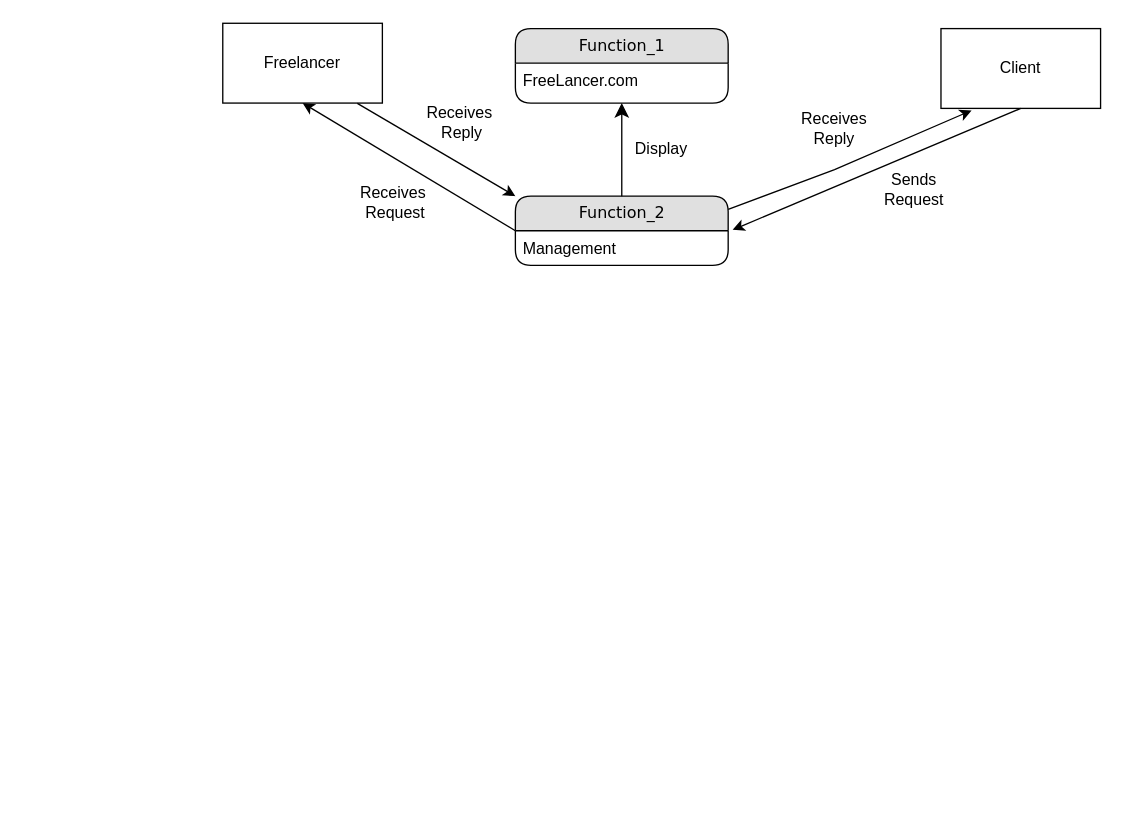
Above: Untitled Diagram.drawio in AgrawalTitiksha/Software-Engineering (draw.io), before the change. Source tidied: cells renumbered, new cells numbered last; positions are measured from the earlier drawing's top-left corner, leaving out a move shared by most shapes. Both pictures are drawn from the tidied source at 133%, with x=0, y=0 at pixel (222, 23).
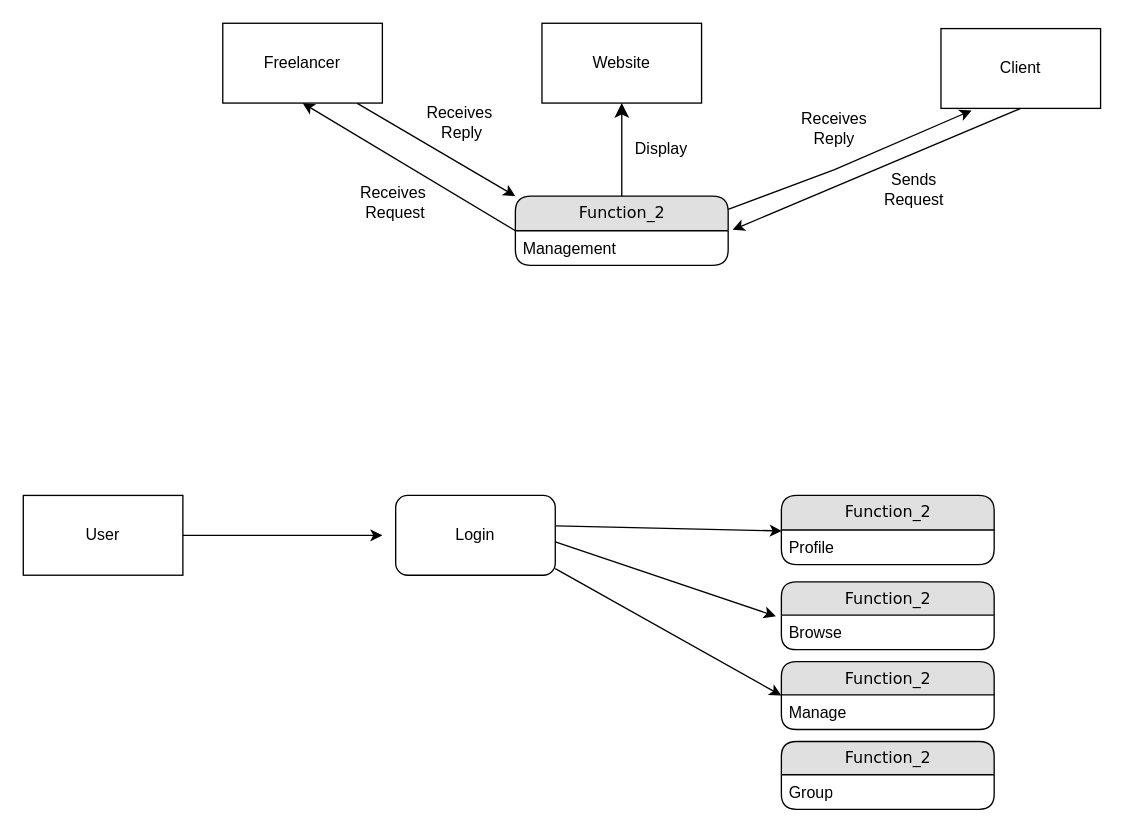
The same page after the edit.

The change refers to these unchanged cells:
```xml
<mxCell id="4" value="Function_2" style="swimlane;html=1;fontStyle=0;horizontal=1;startSize=26;fillColor=#e0e0e0;swimlaneFillColor=#ffffff;align=center;rounded=1;shadow=0;comic=0;labelBackgroundColor=none;strokeWidth=1;fontFamily=Verdana;fontSize=12;" parent="1" vertex="1">
  <mxGeometry x="220" y="130" width="160" height="52" as="geometry" />
</mxCell>
```

Diff of the diagram source:
```diff
@@
-    <mxCell id="2" value="Function_1" style="swimlane;html=1;fontStyle=0;horizontal=1;startSize=26;fillColor=#e0e0e0;swimlaneFillColor=#ffffff;align=center;rounded=1;shadow=0;comic=0;labelBackgroundColor=none;strokeWidth=1;fontFamily=Verdana;fontSize=12;" parent="1" vertex="1">
-      <mxGeometry x="220" y="4" width="160" height="56" as="geometry" />
-    </mxCell>
-    <mxCell id="3" value="FreeLancer.com" style="text;html=1;strokeColor=none;fillColor=none;spacingLeft=4;spacingRight=4;whiteSpace=wrap;overflow=hidden;" parent="2" vertex="1">
-      <mxGeometry y="26" width="160" height="26" as="geometry" />
-    </mxCell>
@@
-    <mxCell id="6" style="edgeStyle=orthogonalEdgeStyle;html=1;labelBackgroundColor=none;startFill=0;startSize=8;endFill=1;endSize=8;fontFamily=Verdana;fontSize=12;exitX=0.5;exitY=0;exitDx=0;exitDy=0;entryX=0.5;entryY=1;entryDx=0;entryDy=0;" parent="1" edge="1" source="4" target="2">
-      <mxGeometry relative="1" as="geometry" />
+    <mxCell id="6" style="edgeStyle=orthogonalEdgeStyle;html=1;labelBackgroundColor=none;startFill=0;startSize=8;endFill=1;endSize=8;fontFamily=Verdana;fontSize=12;exitX=0.5;exitY=0;exitDx=0;exitDy=0;entryX=0.5;entryY=1;entryDx=0;entryDy=0;" parent="1" edge="1" source="4">
+      <mxGeometry relative="1" as="geometry">
+        <mxPoint x="300" y="60" as="targetPoint" />
+      </mxGeometry>
     </mxCell>
@@
+    <mxCell id="18" style="rounded=0;whiteSpace=wrap;html=1;" parent="1" vertex="1">
+      <mxGeometry x="240" width="120" height="60" as="geometry" />
+    </mxCell>
+    <mxCell id="19" value="Website" style="text;html=1;strokeColor=none;fillColor=none;align=center;verticalAlign=middle;whiteSpace=wrap;rounded=0;" parent="1" vertex="1">
+      <mxGeometry x="270" y="15" width="60" height="30" as="geometry" />
+    </mxCell>
+    <mxCell id="20" style="rounded=0;whiteSpace=wrap;html=1;" parent="1" vertex="1">
+      <mxGeometry x="-150" y="355" width="120" height="60" as="geometry" />
+    </mxCell>
+    <mxCell id="21" value="User" style="text;html=1;strokeColor=none;fillColor=none;align=center;verticalAlign=middle;whiteSpace=wrap;rounded=0;" parent="1" vertex="1">
+      <mxGeometry x="-120" y="370" width="60" height="30" as="geometry" />
+    </mxCell>
+    <mxCell id="22" style="endArrow=classic;html=1;rounded=0;exitX=1;exitY=0.5;exitDx=0;exitDy=0;" parent="1" edge="1" source="20">
+      <mxGeometry relative="1" as="geometry">
+        <mxPoint x="120" y="385" as="targetPoint" />
+      </mxGeometry>
+    </mxCell>
+    <mxCell id="23" value="Login" style="rounded=1;whiteSpace=wrap;html=1;" parent="1" vertex="1">
+      <mxGeometry x="130" y="355" width="120" height="60" as="geometry" />
+    </mxCell>
+    <mxCell id="24" style="endArrow=classic;html=1;rounded=0;exitX=1.005;exitY=0.382;exitDx=0;exitDy=0;entryX=0.002;entryY=0.027;entryDx=0;entryDy=0;entryPerimeter=0;exitPerimeter=0;" parent="1" edge="1" source="23" target="26">
+      <mxGeometry relative="1" as="geometry" />
+    </mxCell>
+    <mxCell id="25" value="Function_2" style="swimlane;html=1;fontStyle=0;horizontal=1;startSize=26;fillColor=#e0e0e0;swimlaneFillColor=#ffffff;align=center;rounded=1;shadow=0;comic=0;labelBackgroundColor=none;strokeWidth=1;fontFamily=Verdana;fontSize=12;" parent="1" vertex="1">
+      <mxGeometry x="420" y="355" width="160" height="52" as="geometry" />
+    </mxCell>
+    <mxCell id="26" value="Profile" style="text;html=1;strokeColor=none;fillColor=none;spacingLeft=4;spacingRight=4;whiteSpace=wrap;overflow=hidden;points=[[0,0.5],[1,0.5]];portConstraint=eastwest;" parent="25" vertex="1">
+      <mxGeometry y="26" width="160" height="26" as="geometry" />
+    </mxCell>
+    <mxCell id="27" value="Function_2" style="swimlane;html=1;fontStyle=0;horizontal=1;startSize=25;fillColor=#e0e0e0;swimlaneFillColor=#ffffff;align=center;rounded=1;shadow=0;comic=0;labelBackgroundColor=none;strokeWidth=1;fontFamily=Verdana;fontSize=12;" parent="1" vertex="1">
+      <mxGeometry x="420" y="420" width="160" height="51" as="geometry" />
+    </mxCell>
+    <mxCell id="28" value="Browse" style="text;html=1;strokeColor=none;fillColor=none;spacingLeft=4;spacingRight=4;whiteSpace=wrap;overflow=hidden;points=[[0,0.5],[1,0.5]];portConstraint=eastwest;" parent="27" vertex="1">
+      <mxGeometry y="25" width="160" height="26" as="geometry" />
+    </mxCell>
+    <mxCell id="29" style="endArrow=classic;html=1;rounded=0;entryX=-0.026;entryY=0.033;entryDx=0;entryDy=0;entryPerimeter=0;" parent="1" edge="1" target="28">
+      <mxGeometry relative="1" as="geometry">
+        <mxPoint x="250" y="390" as="sourcePoint" />
+      </mxGeometry>
+    </mxCell>
+    <mxCell id="30" value="Function_2" style="swimlane;html=1;fontStyle=0;horizontal=1;startSize=25;fillColor=#e0e0e0;swimlaneFillColor=#ffffff;align=center;rounded=1;shadow=0;comic=0;labelBackgroundColor=none;strokeWidth=1;fontFamily=Verdana;fontSize=12;" parent="1" vertex="1">
+      <mxGeometry x="420" y="480" width="160" height="51" as="geometry" />
+    </mxCell>
+    <mxCell id="31" value="Manage" style="text;html=1;strokeColor=none;fillColor=none;spacingLeft=4;spacingRight=4;whiteSpace=wrap;overflow=hidden;" parent="30" vertex="1">
+      <mxGeometry y="25" width="160" height="26" as="geometry" />
+    </mxCell>
+    <mxCell id="32" style="endArrow=classic;html=1;rounded=0;entryX=0;entryY=0.5;entryDx=0;entryDy=0;" parent="1" edge="1" target="30">
+      <mxGeometry relative="1" as="geometry">
+        <mxPoint x="250" y="410" as="sourcePoint" />
+      </mxGeometry>
+    </mxCell>
+    <mxCell id="33" value="Function_2" style="swimlane;html=1;fontStyle=0;horizontal=1;startSize=25;fillColor=#e0e0e0;swimlaneFillColor=#ffffff;align=center;rounded=1;shadow=0;comic=0;labelBackgroundColor=none;strokeWidth=1;fontFamily=Verdana;fontSize=12;" parent="1" vertex="1">
+      <mxGeometry x="420" y="540" width="160" height="51" as="geometry" />
+    </mxCell>
+    <mxCell id="34" value="Group" style="text;html=1;strokeColor=none;fillColor=none;spacingLeft=4;spacingRight=4;whiteSpace=wrap;overflow=hidden;" parent="33" vertex="1">
+      <mxGeometry y="25" width="160" height="26" as="geometry" />
+    </mxCell>
```
